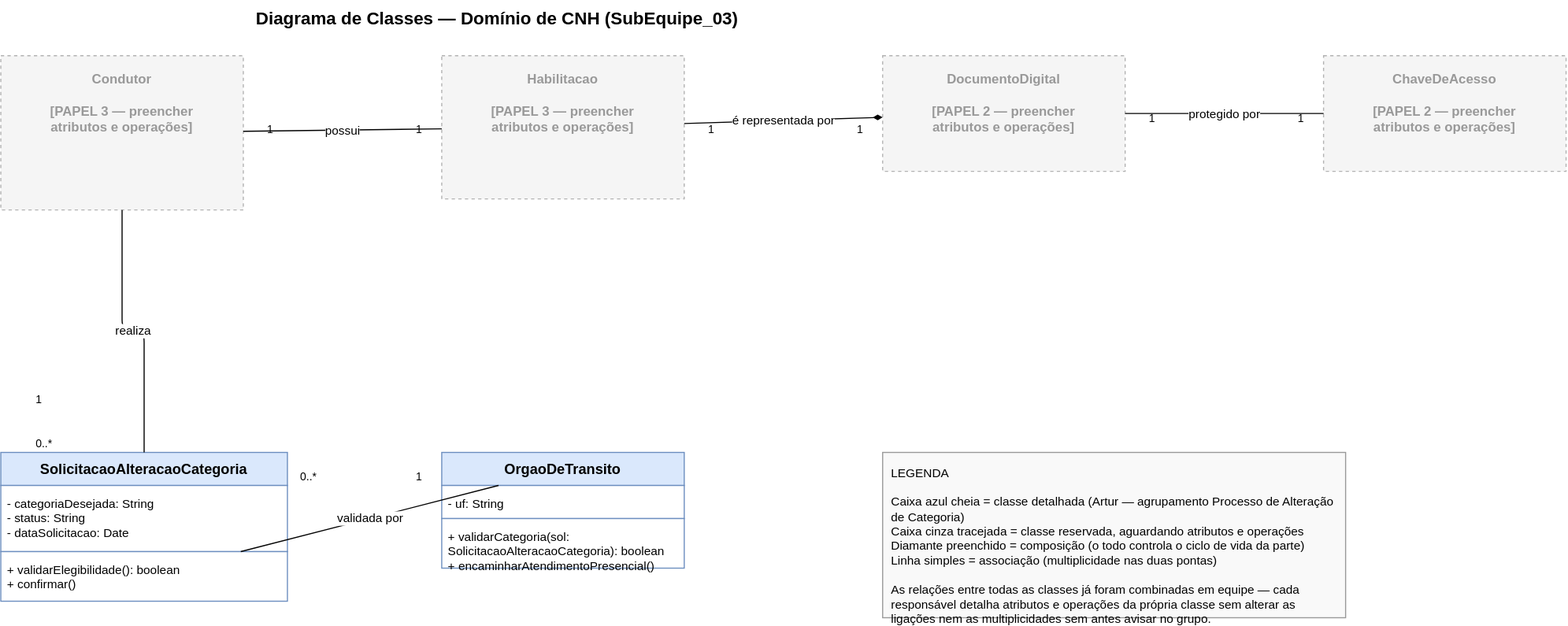
Before: docs/Base/assets/diagrama-classes-sub03.svg, a diagram exported from draw.io (UnBArqDsw2026-2-Turma02/2026.2-T02-_G6_ProjetoAplicativoMovel_Entrega02). Source tidied: cells renumbered, new cells last; positions are measured from the earlier drawing's top-left corner, leaving out a move shared by most shapes.
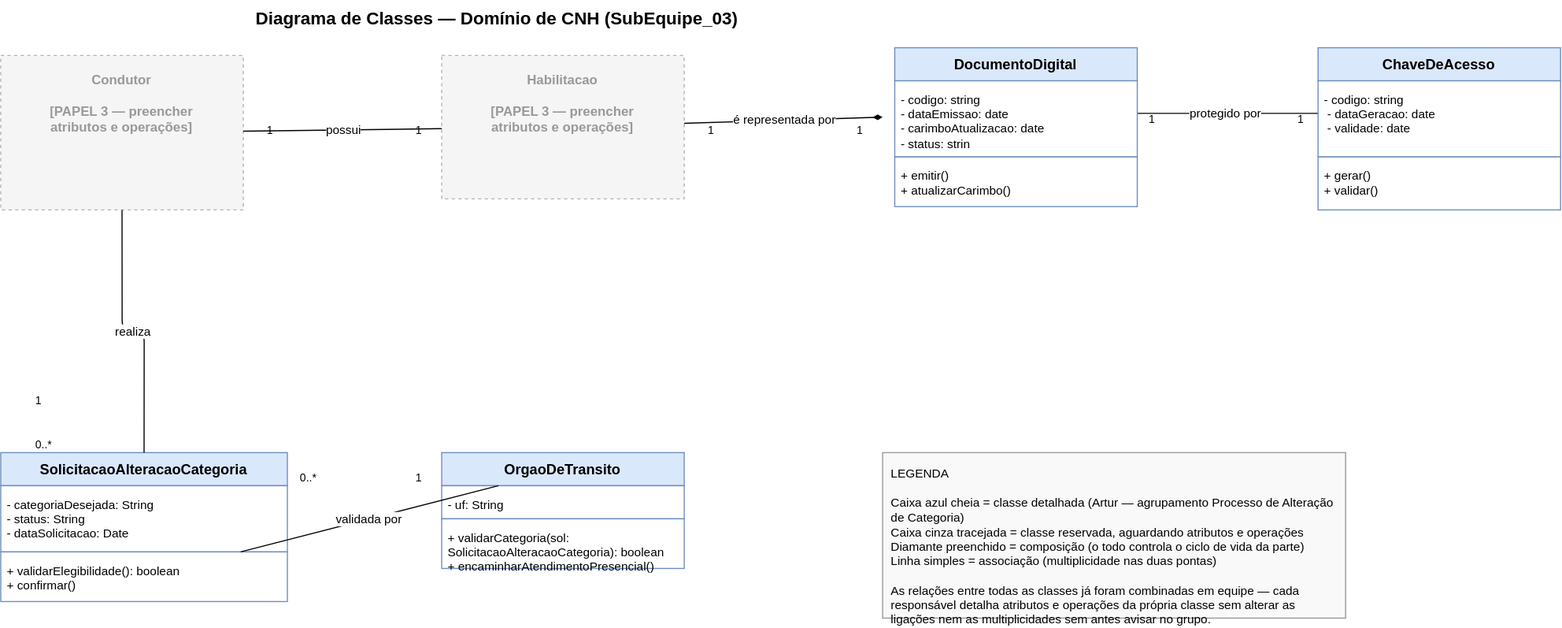
Above is the later version.

Commit message:
Preenche classes DocumentoDigital e ChaveDeAcesso

Change to the diagram source:
```diff
@@ -11,12 +11,6 @@
     <mxCell id="4" value="Habilitacao&#10;&#10;[PAPEL 3 — preencher&#10;atributos e operações]" style="rounded=0;whiteSpace=wrap;html=1;fillColor=#f5f5f5;strokeColor=#b3b3b3;dashed=1;fontSize=12;fontColor=#999999;verticalAlign=top;spacing=10;fontStyle=1;" parent="1" vertex="1">
       <mxGeometry x="400" y="50" width="220" height="130" as="geometry" />
     </mxCell>
-    <mxCell id="5" value="DocumentoDigital&#10;&#10;[PAPEL 2 — preencher&#10;atributos e operações]" style="rounded=0;whiteSpace=wrap;html=1;fillColor=#f5f5f5;strokeColor=#b3b3b3;dashed=1;fontSize=12;fontColor=#999999;verticalAlign=top;spacing=10;fontStyle=1;" parent="1" vertex="1">
-      <mxGeometry x="800" y="50" width="220" height="105" as="geometry" />
-    </mxCell>
-    <mxCell id="6" value="ChaveDeAcesso&#10;&#10;[PAPEL 2 — preencher&#10;atributos e operações]" style="rounded=0;whiteSpace=wrap;html=1;fillColor=#f5f5f5;strokeColor=#b3b3b3;dashed=1;fontSize=12;fontColor=#999999;verticalAlign=top;spacing=10;fontStyle=1;" parent="1" vertex="1">
-      <mxGeometry x="1200" y="50" width="220" height="105" as="geometry" />
-    </mxCell>
     <mxCell id="7" value="SolicitacaoAlteracaoCategoria" style="rounded=0;whiteSpace=wrap;html=1;fillColor=#dae8fc;strokeColor=#6c8ebf;fontStyle=1;fontSize=13;align=center;verticalAlign=middle;" parent="1" vertex="1">
       <mxGeometry y="410" width="260" height="30" as="geometry" />
     </mxCell>
@@ -44,8 +38,10 @@
     <mxCell id="15" value="1" style="text;html=1;fontSize=10;" parent="1" vertex="1">
       <mxGeometry x="375" y="105" width="20" height="20" as="geometry" />
     </mxCell>
-    <mxCell id="16" value="é representada por" style="edgeStyle=none;html=1;endArrow=diamondThin;startArrow=none;endFill=1;fontSize=11;" parent="1" edge="1" source="4" target="5">
-      <mxGeometry relative="1" as="geometry" />
+    <mxCell id="16" value="é representada por" style="edgeStyle=none;html=1;endArrow=diamondThin;startArrow=none;endFill=1;fontSize=11;" parent="1" edge="1" source="4">
+      <mxGeometry relative="1" as="geometry">
+        <mxPoint x="800" y="105.9" as="targetPoint" />
+      </mxGeometry>
     </mxCell>
     <mxCell id="17" value="1" style="text;html=1;fontSize=10;" parent="1" vertex="1">
       <mxGeometry x="640" y="105" width="20" height="20" as="geometry" />
@@ -53,8 +49,11 @@
     <mxCell id="18" value="1" style="text;html=1;fontSize=10;" parent="1" vertex="1">
       <mxGeometry x="775" y="105" width="20" height="20" as="geometry" />
     </mxCell>
-    <mxCell id="19" value="protegido por" style="edgeStyle=none;html=1;endArrow=none;startArrow=none;fontSize=11;" parent="1" edge="1" source="5" target="6">
-      <mxGeometry relative="1" as="geometry" />
+    <mxCell id="19" value="protegido por" style="edgeStyle=none;html=1;endArrow=none;startArrow=none;fontSize=11;" parent="1" edge="1">
+      <mxGeometry relative="1" as="geometry">
+        <mxPoint x="1020" y="102.5" as="sourcePoint" />
+        <mxPoint x="1200" y="102.5" as="targetPoint" />
+      </mxGeometry>
     </mxCell>
     <mxCell id="20" value="1" style="text;html=1;fontSize=10;" parent="1" vertex="1">
       <mxGeometry x="1040" y="95" width="20" height="20" as="geometry" />
@@ -83,5 +82,23 @@
     <mxCell id="28" value="LEGENDA&#10;&#10;Caixa azul cheia = classe detalhada (Artur — agrupamento Processo de Alteração de Categoria)&#10;Caixa cinza tracejada = classe reservada, aguardando atributos e operações&#10;Diamante preenchido = composição (o todo controla o ciclo de vida da parte)&#10;Linha simples = associação (multiplicidade nas duas pontas)&#10;&#10;As relações entre todas as classes já foram combinadas em equipe — cada&#10;responsável detalha atributos e operações da própria classe sem alterar as&#10;ligações nem as multiplicidades sem antes avisar no grupo." style="rounded=0;whiteSpace=wrap;html=1;fillColor=#f9f9f9;strokeColor=#999999;align=left;verticalAlign=top;fontSize=11;spacing=8;" parent="1" vertex="1">
       <mxGeometry x="800" y="410" width="420" height="150" as="geometry" />
     </mxCell>
+    <mxCell id="29" value="DocumentoDigital" style="rounded=0;whiteSpace=wrap;html=1;fillColor=#dae8fc;strokeColor=#6c8ebf;fontStyle=1;fontSize=13;align=center;verticalAlign=middle;" parent="1" vertex="1">
+      <mxGeometry x="811" y="43" width="220" height="30" as="geometry" />
+    </mxCell>
+    <mxCell id="30" value="- codigo: string&lt;br/&gt;- dataEmissao: date&lt;br/&gt;- carimboAtualizacao: date&lt;br/&gt;- status: strin" style="rounded=0;whiteSpace=wrap;html=1;fillColor=#ffffff;strokeColor=#6c8ebf;fontSize=11;align=left;verticalAlign=top;spacing=6;" parent="1" vertex="1">
+      <mxGeometry x="811" y="73" width="220" height="69" as="geometry" />
+    </mxCell>
+    <mxCell id="31" value="+ emitir()&lt;br/&gt;+ atualizarCarimbo()" style="rounded=0;whiteSpace=wrap;html=1;fillColor=#ffffff;strokeColor=#6c8ebf;fontSize=11;align=left;verticalAlign=top;spacing=6;" parent="1" vertex="1">
+      <mxGeometry x="811" y="142" width="220" height="45" as="geometry" />
+    </mxCell>
+    <mxCell id="32" value="ChaveDeAcesso" style="rounded=0;whiteSpace=wrap;html=1;fillColor=#dae8fc;strokeColor=#6c8ebf;fontStyle=1;fontSize=13;align=center;verticalAlign=middle;" parent="1" vertex="1">
+      <mxGeometry x="1195" y="43" width="220" height="30" as="geometry" />
+    </mxCell>
+    <mxCell id="33" value="&lt;div&gt;- codigo: string&lt;/div&gt;&lt;div&gt;&amp;nbsp;- dataGeracao: date&lt;/div&gt;&lt;div&gt;&amp;nbsp;- validade: date&lt;/div&gt;" style="rounded=0;whiteSpace=wrap;html=1;fillColor=#ffffff;strokeColor=#6c8ebf;fontSize=11;align=left;verticalAlign=top;spacing=6;" parent="1" vertex="1">
+      <mxGeometry x="1195" y="73" width="220" height="69" as="geometry" />
+    </mxCell>
+    <mxCell id="34" value="&lt;div&gt;+ gerar()&amp;nbsp;&lt;/div&gt;&lt;div&gt;+ validar()&lt;/div&gt;" style="rounded=0;whiteSpace=wrap;html=1;fillColor=#ffffff;strokeColor=#6c8ebf;fontSize=11;align=left;verticalAlign=top;spacing=6;" parent="1" vertex="1">
+      <mxGeometry x="1195" y="142" width="220" height="48" as="geometry" />
+    </mxCell>
   </root>
 </mxGraphModel>
```
